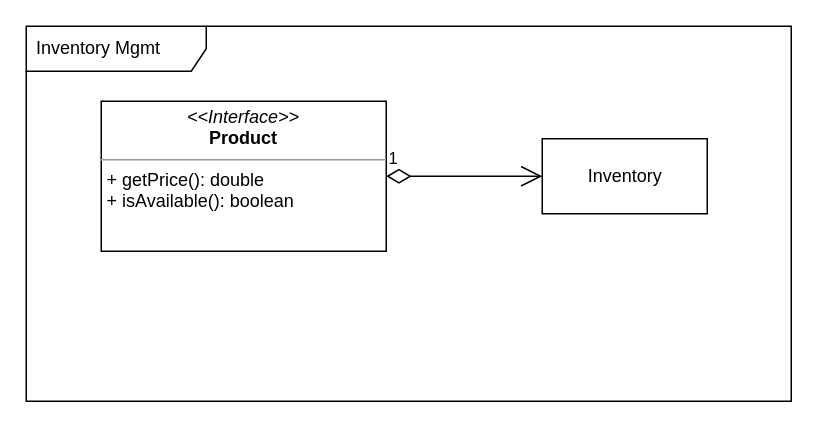
Before: page "Object Analysis" (2 of 2) of architecture.drawio in C0lliNN/EventDrivenCommerce, a draw.io diagram. Source tidied: cells renumbered, new cells numbered last; positions are measured from the earlier drawing's top-left corner, leaving out a move shared by most shapes. Both pictures are drawn from the tidied source at 150%, with x=0, y=0 at pixel (26, 26).
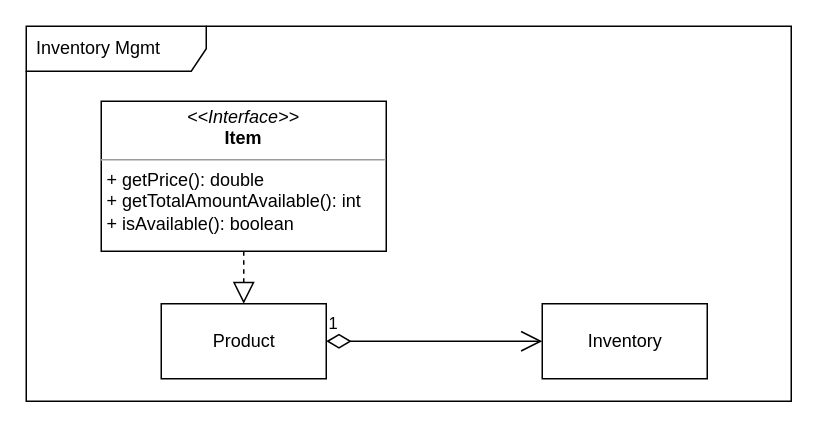
Above is the later version.

Change to the diagram source:
```diff
@@
 <mxGraphModel>
   <root>
     <mxCell id="0" />
     <mxCell id="1" parent="0" />
+    <mxCell id="5" value="Inventory Mgmt" style="shape=umlFrame;whiteSpace=wrap;html=1;width=120;height=30;boundedLbl=1;verticalAlign=middle;align=left;spacingLeft=5;" parent="1" vertex="1">
+      <mxGeometry width="510" height="250" as="geometry" />
+    </mxCell>
-    <mxCell id="2" value="&lt;p style=&quot;margin:0px;margin-top:4px;text-align:center;&quot;&gt;&lt;i&gt;&amp;lt;&amp;lt;Interface&amp;gt;&amp;gt;&lt;/i&gt;&lt;br&gt;&lt;b&gt;Product&lt;/b&gt;&lt;/p&gt;&lt;hr size=&quot;1&quot;&gt;&lt;p style=&quot;margin:0px;margin-left:4px;&quot;&gt;&lt;/p&gt;&lt;p style=&quot;margin:0px;margin-left:4px;&quot;&gt;+ getPrice(): double&lt;br&gt;+ isAvailable(): boolean&lt;/p&gt;" style="verticalAlign=top;align=left;overflow=fill;fontSize=12;fontFamily=Helvetica;html=1;" parent="1" vertex="1">
+    <mxCell id="2" value="&lt;p style=&quot;margin:0px;margin-top:4px;text-align:center;&quot;&gt;&lt;i&gt;&amp;lt;&amp;lt;Interface&amp;gt;&amp;gt;&lt;/i&gt;&lt;br&gt;&lt;b&gt;Item&lt;/b&gt;&lt;/p&gt;&lt;hr size=&quot;1&quot;&gt;&lt;p style=&quot;margin:0px;margin-left:4px;&quot;&gt;&lt;/p&gt;&lt;p style=&quot;margin:0px;margin-left:4px;&quot;&gt;+ getPrice(): double&lt;/p&gt;&lt;p style=&quot;margin:0px;margin-left:4px;&quot;&gt;+ getTotalAmountAvailable(): int&lt;br&gt;+ isAvailable(): boolean&lt;/p&gt;" style="verticalAlign=top;align=left;overflow=fill;fontSize=12;fontFamily=Helvetica;html=1;" parent="1" vertex="1">
       <mxGeometry x="50" y="50" width="190" height="100" as="geometry" />
     </mxCell>
     <mxCell id="3" value="Inventory" style="html=1;" parent="1" vertex="1">
-      <mxGeometry x="344" y="75" width="110" height="50" as="geometry" />
+      <mxGeometry x="344" y="185" width="110" height="50" as="geometry" />
     </mxCell>
-    <mxCell id="4" value="1" style="endArrow=open;html=1;endSize=12;startArrow=diamondThin;startSize=14;startFill=0;edgeStyle=orthogonalEdgeStyle;align=left;verticalAlign=bottom;rounded=0;exitX=1;exitY=0.5;exitDx=0;exitDy=0;entryX=0;entryY=0.5;entryDx=0;entryDy=0;" parent="1" edge="1" source="2" target="3">
+    <mxCell id="4" value="1" style="endArrow=open;html=1;endSize=12;startArrow=diamondThin;startSize=14;startFill=0;edgeStyle=orthogonalEdgeStyle;align=left;verticalAlign=bottom;rounded=0;entryX=0;entryY=0.5;entryDx=0;entryDy=0;exitX=1;exitY=0.5;exitDx=0;exitDy=0;" parent="1" edge="1" source="6" target="3">
       <mxGeometry x="-1" y="3" relative="1" as="geometry" />
     </mxCell>
-    <mxCell id="5" value="Inventory Mgmt" style="shape=umlFrame;whiteSpace=wrap;html=1;width=120;height=30;boundedLbl=1;verticalAlign=middle;align=left;spacingLeft=5;" parent="1" vertex="1">
-      <mxGeometry width="510" height="250" as="geometry" />
-    </mxCell>
+    <mxCell id="6" value="Product" style="html=1;" parent="1" vertex="1">
+      <mxGeometry x="90" y="185" width="110" height="50" as="geometry" />
+    </mxCell>
+    <mxCell id="7" style="endArrow=block;dashed=1;endFill=0;endSize=12;html=1;rounded=0;exitX=0.5;exitY=1;exitDx=0;exitDy=0;entryX=0.5;entryY=0;entryDx=0;entryDy=0;" parent="1" edge="1" source="2" target="6">
+      <mxGeometry relative="1" as="geometry" />
+    </mxCell>
   </root>
 </mxGraphModel>
```
